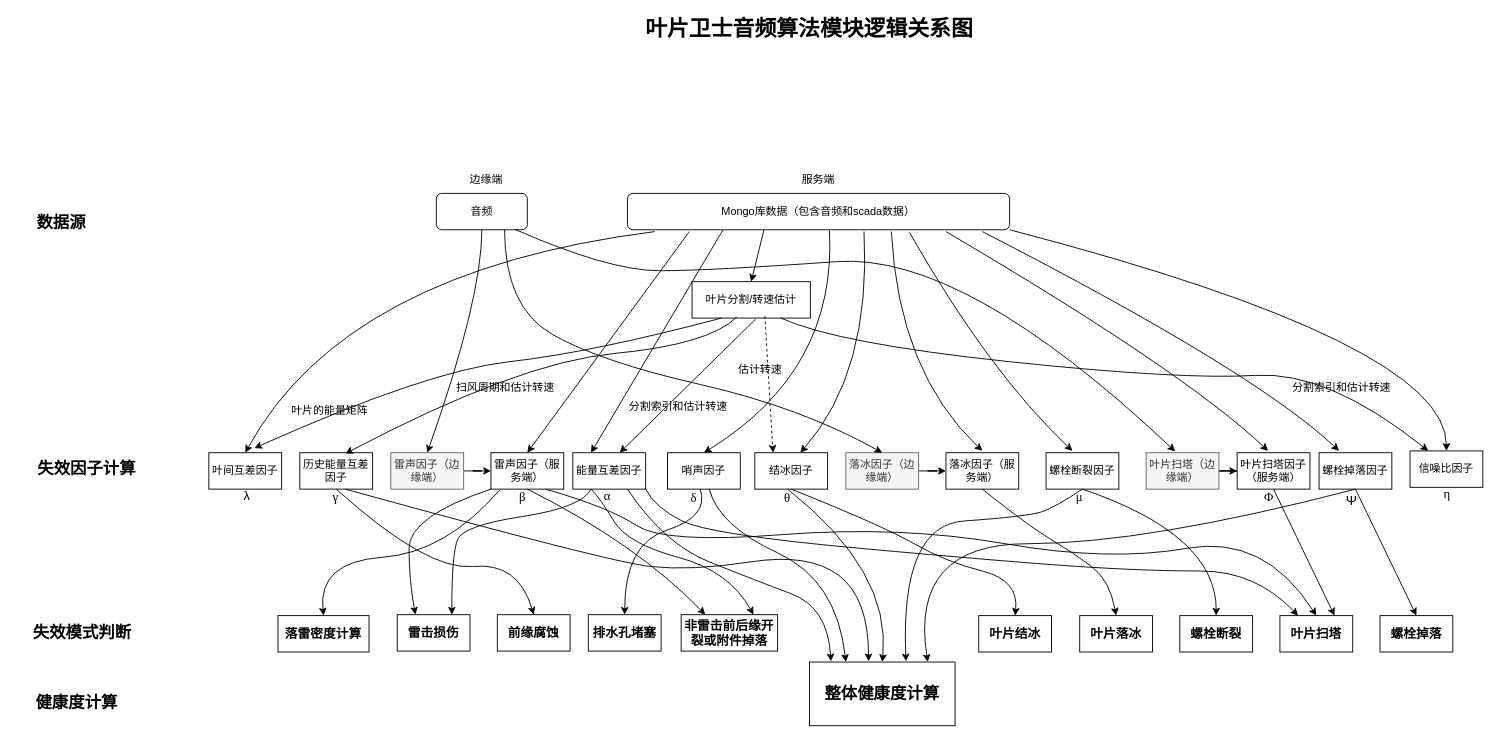
Above: doc/Untitled Diagram.drawio in Davidlee2017/aria2 (draw.io), before the change. Source tidied: cells renumbered, new cells numbered last; positions are measured from the earlier drawing's top-left corner, leaving out a move shared by most shapes. Both pictures are drawn from the tidied source at 91%, with x=0, y=0 at pixel (15, 15).
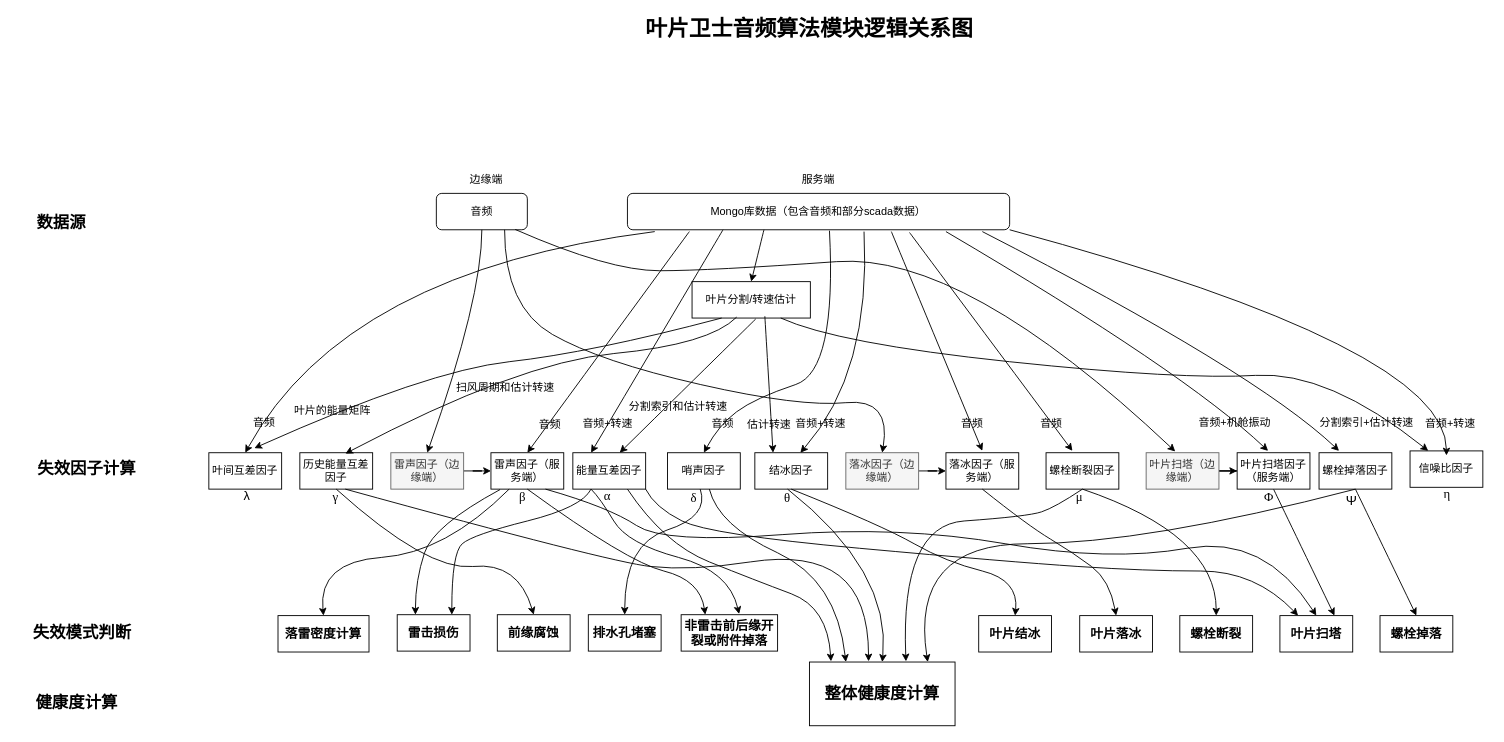
Above is the later version.

Unchanged cells that the change refers to:
```xml
<mxCell id="2" value="信噪比因子" style="rounded=0;whiteSpace=wrap;html=1;" parent="1" vertex="1">
  <mxGeometry x="1532" y="478" width="80" height="40" as="geometry" />
</mxCell>
<mxCell id="8" value="能量互差因子" style="rounded=0;whiteSpace=wrap;html=1;" parent="1" vertex="1">
  <mxGeometry x="612" y="480" width="80" height="40" as="geometry" />
</mxCell>
<mxCell id="9" value="哨声因子" style="rounded=0;whiteSpace=wrap;html=1;" parent="1" vertex="1">
  <mxGeometry x="716" y="480" width="80" height="40" as="geometry" />
</mxCell>
<mxCell id="10" value="结冰因子" style="rounded=0;whiteSpace=wrap;html=1;" parent="1" vertex="1">
  <mxGeometry x="812" y="480" width="80" height="40" as="geometry" />
</mxCell>
<mxCell id="12" value="落冰因子（边缘端）" style="rounded=0;whiteSpace=wrap;html=1;fillColor=#f5f5f5;fontColor=#333333;strokeColor=#666666;" parent="1" vertex="1">
  <mxGeometry x="912" y="480" width="80" height="40" as="geometry" />
</mxCell>
<mxCell id="18" value="&lt;b&gt;&lt;span style=&quot;font-size: 10.5pt&quot;&gt;雷击损伤&lt;/span&gt;&lt;/b&gt;" style="rounded=0;whiteSpace=wrap;html=1;" parent="1" vertex="1">
  <mxGeometry x="419" y="658" width="80" height="40" as="geometry" />
</mxCell>
<mxCell id="20" value="&lt;b&gt;&lt;span style=&quot;font-size: 10.5pt&quot;&gt;非雷击前后缘开裂或附件掉落&lt;/span&gt;&lt;/b&gt;" style="rounded=0;whiteSpace=wrap;html=1;" parent="1" vertex="1">
  <mxGeometry x="731" y="658" width="106" height="40" as="geometry" />
</mxCell>
<mxCell id="27" value="&lt;font style=&quot;font-size: 14px&quot;&gt;&lt;b&gt;落雷密度计算&lt;/b&gt;&lt;/font&gt;" style="rounded=0;whiteSpace=wrap;html=1;" parent="1" vertex="1">
  <mxGeometry x="288" y="659" width="100" height="40" as="geometry" />
</mxCell>
<mxCell id="29" value="音频" style="rounded=1;whiteSpace=wrap;html=1;" parent="1" vertex="1">
  <mxGeometry x="462" y="195" width="100" height="40" as="geometry" />
</mxCell>
<mxCell id="32" value="雷声因子（服务端）" style="rounded=0;whiteSpace=wrap;html=1;" parent="1" vertex="1">
  <mxGeometry x="522" y="480" width="80" height="40" as="geometry" />
</mxCell>
<mxCell id="54" value="&lt;p class=&quot;MsoNormal&quot; align=&quot;center&quot;&gt;&lt;span lang=&quot;EN-US&quot; style=&quot;font-family: &amp;#34;times new roman&amp;#34; , serif&quot;&gt;β&lt;/span&gt;&lt;/p&gt;" style="text;html=1;strokeColor=none;fillColor=none;align=center;verticalAlign=middle;whiteSpace=wrap;rounded=0;fontSize=14;" parent="1" vertex="1">
  <mxGeometry x="532" y="513" width="50" height="30" as="geometry" />
</mxCell>
```

What changed in the source:
```diff
@@
-    <mxCell id="28" value="&lt;span&gt;Mongo库数据（包含音频和scada数据）&lt;/span&gt;" style="rounded=1;whiteSpace=wrap;html=1;" parent="1" vertex="1">
+    <mxCell id="28" value="&lt;span&gt;Mongo库数据（包含音频和部分scada数据）&lt;/span&gt;" style="rounded=1;whiteSpace=wrap;html=1;" parent="1" vertex="1">
       <mxGeometry x="672" y="195" width="420" height="40" as="geometry" />
     </mxCell>
@@
     <mxCell id="36" style="curved=1;endArrow=classic;html=1;rounded=0;entryX=0.75;entryY=0;entryDx=0;entryDy=0;exitX=0.25;exitY=1;exitDx=0;exitDy=0;" parent="1" edge="1" source="8" target="18">
       <mxGeometry relative="1" as="geometry">
         <Array as="points">
           <mxPoint x="622" y="540" />
-          <mxPoint x="492" y="560" />
+          <mxPoint x="502" y="570" />
           <mxPoint x="479" y="590" />
         </Array>
       </mxGeometry>
     </mxCell>
-    <mxCell id="37" style="curved=1;endArrow=classic;html=1;rounded=0;exitX=0;exitY=1;exitDx=0;exitDy=0;entryX=0.25;entryY=0;entryDx=0;entryDy=0;" parent="1" edge="1" source="32" target="18">
+    <mxCell id="37" style="curved=1;endArrow=classic;html=1;rounded=0;exitX=0;exitY=0.25;exitDx=0;exitDy=0;entryX=0.25;entryY=0;entryDx=0;entryDy=0;" parent="1" edge="1" source="54" target="18">
       <mxGeometry relative="1" as="geometry">
         <Array as="points">
-          <mxPoint x="432" y="550" />
-          <mxPoint x="432" y="620" />
+          <mxPoint x="459" y="560" />
+          <mxPoint x="439" y="620" />
         </Array>
       </mxGeometry>
     </mxCell>
@@
-    <mxCell id="39" style="curved=1;endArrow=classic;html=1;rounded=0;entryX=0.5;entryY=0;entryDx=0;entryDy=0;exitX=0;exitY=0.25;exitDx=0;exitDy=0;" parent="1" edge="1" source="54" target="27">
+    <mxCell id="39" style="curved=1;endArrow=classic;html=1;rounded=0;entryX=0.5;entryY=0;entryDx=0;entryDy=0;" parent="1" edge="1" target="27">
       <mxGeometry relative="1" as="geometry">
+        <mxPoint x="542" y="520" as="sourcePoint" />
         <Array as="points">
           <mxPoint x="472" y="590" />
           <mxPoint x="332" y="600" />
         </Array>
       </mxGeometry>
     </mxCell>
@@
-    <mxCell id="41" style="curved=1;endArrow=classic;html=1;rounded=0;entryX=0.75;entryY=0;entryDx=0;entryDy=0;exitX=0.25;exitY=1;exitDx=0;exitDy=0;" parent="1" edge="1" source="8" target="20">
+    <mxCell id="41" style="curved=1;endArrow=classic;html=1;rounded=0;entryX=0.601;entryY=-0.017;entryDx=0;entryDy=0;exitX=0.25;exitY=1;exitDx=0;exitDy=0;entryPerimeter=0;" parent="1" edge="1" source="8" target="20">
       <mxGeometry relative="1" as="geometry">
         <Array as="points">
           <mxPoint x="642" y="530" />
           <mxPoint x="672" y="580" />
           <mxPoint x="784" y="610" />
         </Array>
       </mxGeometry>
     </mxCell>
     <mxCell id="42" style="curved=1;endArrow=classic;html=1;rounded=0;exitX=0.5;exitY=1;exitDx=0;exitDy=0;entryX=0.25;entryY=0;entryDx=0;entryDy=0;" parent="1" edge="1" source="32" target="20">
       <mxGeometry relative="1" as="geometry">
         <Array as="points">
-          <mxPoint x="682" y="580" />
+          <mxPoint x="672" y="600" />
+          <mxPoint x="752" y="620" />
         </Array>
       </mxGeometry>
     </mxCell>
@@
     <mxCell id="68" style="curved=1;endArrow=classic;html=1;rounded=0;fontSize=18;entryX=0.5;entryY=0;entryDx=0;entryDy=0;exitX=0.75;exitY=1;exitDx=0;exitDy=0;" parent="1" edge="1" source="29" target="12">
       <mxGeometry relative="1" as="geometry">
         <Array as="points">
           <mxPoint x="537" y="320" />
           <mxPoint x="642" y="380" />
           <mxPoint x="862" y="430" />
+          <mxPoint x="962" y="420" />
         </Array>
       </mxGeometry>
     </mxCell>
@@
     <mxCell id="75" value="&lt;font style=&quot;font-size: 12px&quot;&gt;叶片的能量矩阵&lt;/font&gt;" style="text;whiteSpace=wrap;html=1;fontSize=18;" parent="1" vertex="1">
-      <mxGeometry x="301" y="415" width="100" height="30" as="geometry" />
+      <mxGeometry x="304" y="415" width="100" height="30" as="geometry" />
     </mxCell>
@@
     <mxCell id="77" value="&lt;font style=&quot;font-size: 12px&quot;&gt;扫风周期和估计转速&lt;/font&gt;" style="text;whiteSpace=wrap;html=1;fontSize=18;" parent="1" vertex="1">
-      <mxGeometry x="482" y="390" width="150" height="40" as="geometry" />
+      <mxGeometry x="482" y="390" width="120" height="40" as="geometry" />
     </mxCell>
@@
     <mxCell id="82" style="curved=1;endArrow=classic;html=1;rounded=0;fontSize=18;entryX=0.5;entryY=0;entryDx=0;entryDy=0;" parent="1" edge="1" target="9">
       <mxGeometry relative="1" as="geometry">
         <mxPoint x="894" y="236" as="sourcePoint" />
         <Array as="points">
           <mxPoint x="902" y="390" />
+          <mxPoint x="812" y="420" />
+          <mxPoint x="772" y="450" />
         </Array>
       </mxGeometry>
     </mxCell>
@@
-    <mxCell id="84" style="curved=1;endArrow=classic;html=1;rounded=0;fontSize=18;entryX=0.25;entryY=0;entryDx=0;entryDy=0;dashed=1;" parent="1" edge="1" target="10">
+    <mxCell id="84" style="curved=1;endArrow=classic;html=1;rounded=0;fontSize=18;entryX=0.25;entryY=0;entryDx=0;entryDy=0;" parent="1" edge="1" target="10">
       <mxGeometry relative="1" as="geometry">
         <mxPoint x="823" y="330" as="sourcePoint" />
       </mxGeometry>
     </mxCell>
     <mxCell id="85" value="&lt;font style=&quot;font-size: 12px&quot;&gt;估计转速&lt;/font&gt;" style="text;whiteSpace=wrap;html=1;fontSize=18;" parent="1" vertex="1">
-      <mxGeometry x="792" y="370" width="56" height="40" as="geometry" />
+      <mxGeometry x="802" y="430" width="60" height="20" as="geometry" />
     </mxCell>
     <mxCell id="86" style="curved=1;endArrow=classic;html=1;rounded=0;fontSize=18;entryX=0.5;entryY=0;entryDx=0;entryDy=0;" parent="1" edge="1">
       <mxGeometry relative="1" as="geometry">
         <mxPoint x="962" y="237" as="sourcePoint" />
         <mxPoint x="1062" y="478" as="targetPoint" />
-        <Array as="points">
-          <mxPoint x="970" y="391" />
-        </Array>
       </mxGeometry>
     </mxCell>
     <mxCell id="87" style="curved=1;endArrow=classic;html=1;rounded=0;fontSize=18;entryX=0.5;entryY=0;entryDx=0;entryDy=0;" parent="1" edge="1">
       <mxGeometry relative="1" as="geometry">
         <mxPoint x="982" y="238" as="sourcePoint" />
         <mxPoint x="1161" y="478" as="targetPoint" />
-        <Array as="points">
-          <mxPoint x="1069" y="391" />
-        </Array>
       </mxGeometry>
     </mxCell>
@@
-    <mxCell id="90" style="curved=1;endArrow=classic;html=1;rounded=0;fontSize=18;exitX=1;exitY=1;exitDx=0;exitDy=0;entryX=0.5;entryY=0;entryDx=0;entryDy=0;" parent="1" edge="1" source="28" target="2">
+    <mxCell id="90" style="curved=1;endArrow=classic;html=1;rounded=0;fontSize=18;exitX=1;exitY=0.875;exitDx=0;exitDy=0;entryX=0.5;entryY=0;entryDx=0;entryDy=0;exitPerimeter=0;" parent="1" edge="1">
       <mxGeometry relative="1" as="geometry">
+        <mxPoint x="1092" y="235" as="sourcePoint" />
+        <mxPoint x="1572" y="483" as="targetPoint" />
         <Array as="points">
-          <mxPoint x="1572" y="360" />
+          <mxPoint x="1572" y="365" />
         </Array>
       </mxGeometry>
     </mxCell>
@@
-    <mxCell id="92" value="&lt;font style=&quot;font-size: 12px&quot;&gt;分割索引和估计转速&lt;/font&gt;" style="text;whiteSpace=wrap;html=1;fontSize=18;" parent="1" vertex="1">
-      <mxGeometry x="1401" y="390" width="121" height="40" as="geometry" />
+    <mxCell id="92" value="&lt;font style=&quot;font-size: 12px&quot;&gt;分割索引+估计转速&lt;/font&gt;" style="text;whiteSpace=wrap;html=1;fontSize=18;" parent="1" vertex="1">
+      <mxGeometry x="1431" y="428" width="121" height="40" as="geometry" />
     </mxCell>
@@
+    <mxCell id="94" value="&lt;font style=&quot;font-size: 12px&quot;&gt;音频&lt;/font&gt;" style="text;whiteSpace=wrap;html=1;fontSize=18;" parent="1" vertex="1">
+      <mxGeometry x="573" y="430" width="30" height="30" as="geometry" />
+    </mxCell>
+    <mxCell id="95" value="&lt;font style=&quot;font-size: 12px&quot;&gt;音频+转速&lt;/font&gt;" style="text;whiteSpace=wrap;html=1;fontSize=18;" parent="1" vertex="1">
+      <mxGeometry x="621" y="429" width="58" height="30" as="geometry" />
+    </mxCell>
+    <mxCell id="96" value="&lt;font style=&quot;font-size: 12px&quot;&gt;音频&lt;/font&gt;" style="text;whiteSpace=wrap;html=1;fontSize=18;" parent="1" vertex="1">
+      <mxGeometry x="763" y="429" width="30" height="30" as="geometry" />
+    </mxCell>
+    <mxCell id="97" value="&lt;font style=&quot;font-size: 12px&quot;&gt;音频+转速&lt;/font&gt;" style="text;whiteSpace=wrap;html=1;fontSize=18;" parent="1" vertex="1">
+      <mxGeometry x="855" y="429" width="58" height="30" as="geometry" />
+    </mxCell>
+    <mxCell id="98" value="&lt;font style=&quot;font-size: 12px&quot;&gt;音频&lt;/font&gt;" style="text;whiteSpace=wrap;html=1;fontSize=18;" parent="1" vertex="1">
+      <mxGeometry x="1037" y="429" width="30" height="30" as="geometry" />
+    </mxCell>
+    <mxCell id="99" value="&lt;font style=&quot;font-size: 12px&quot;&gt;音频&lt;/font&gt;" style="text;whiteSpace=wrap;html=1;fontSize=18;" parent="1" vertex="1">
+      <mxGeometry x="1124" y="429" width="30" height="30" as="geometry" />
+    </mxCell>
+    <mxCell id="100" value="&lt;font style=&quot;font-size: 12px&quot;&gt;音频+机舱振动&lt;/font&gt;" style="text;whiteSpace=wrap;html=1;fontSize=18;" parent="1" vertex="1">
+      <mxGeometry x="1298" y="428" width="81" height="30" as="geometry" />
+    </mxCell>
+    <mxCell id="101" value="&lt;font style=&quot;font-size: 12px&quot;&gt;音频+转速&lt;/font&gt;" style="text;whiteSpace=wrap;html=1;fontSize=18;" parent="1" vertex="1">
+      <mxGeometry x="1547" y="429" width="71" height="30" as="geometry" />
+    </mxCell>
+    <mxCell id="102" value="&lt;font style=&quot;font-size: 12px&quot;&gt;音频&lt;/font&gt;" style="text;whiteSpace=wrap;html=1;fontSize=18;" parent="1" vertex="1">
+      <mxGeometry x="259" y="428" width="30" height="30" as="geometry" />
+    </mxCell>
```
